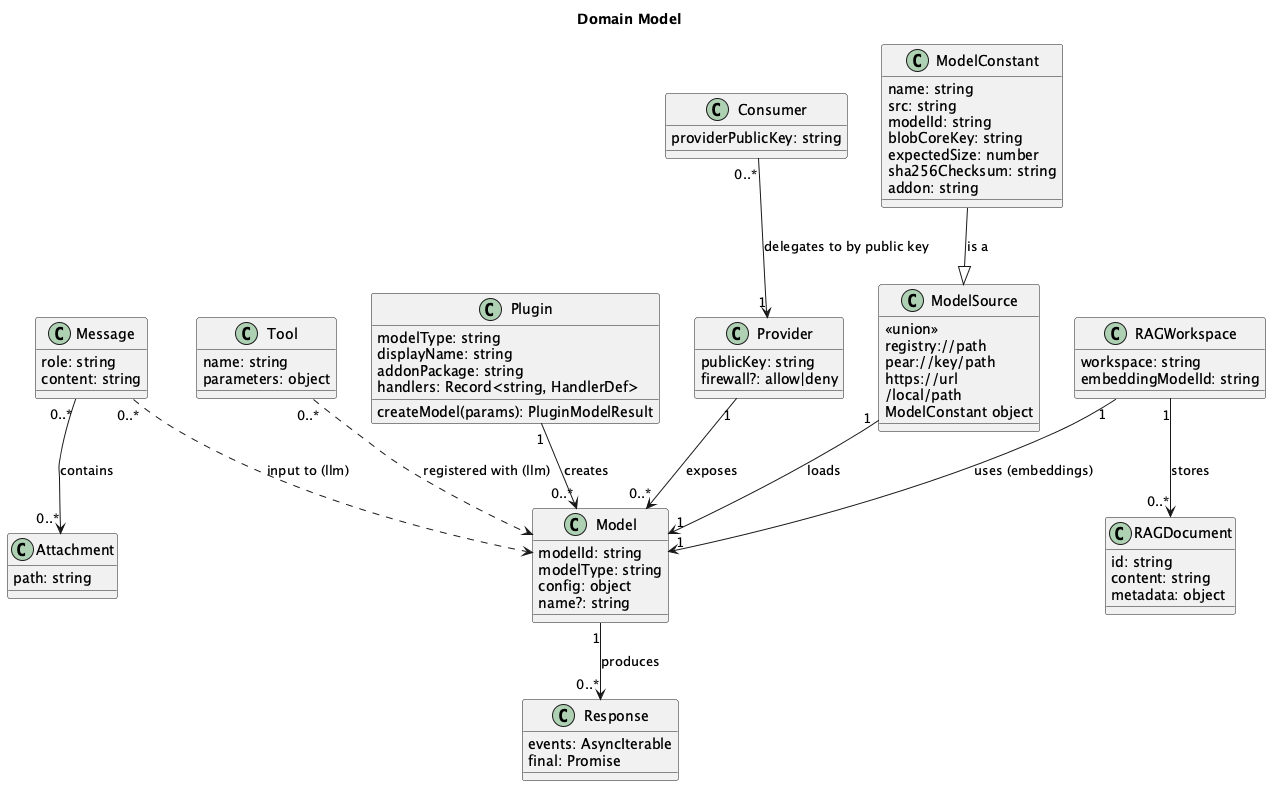
The PlantUML diagram docs/architecture/puml/images/06-domain-model.png in tetherto/qvac, before a commit.
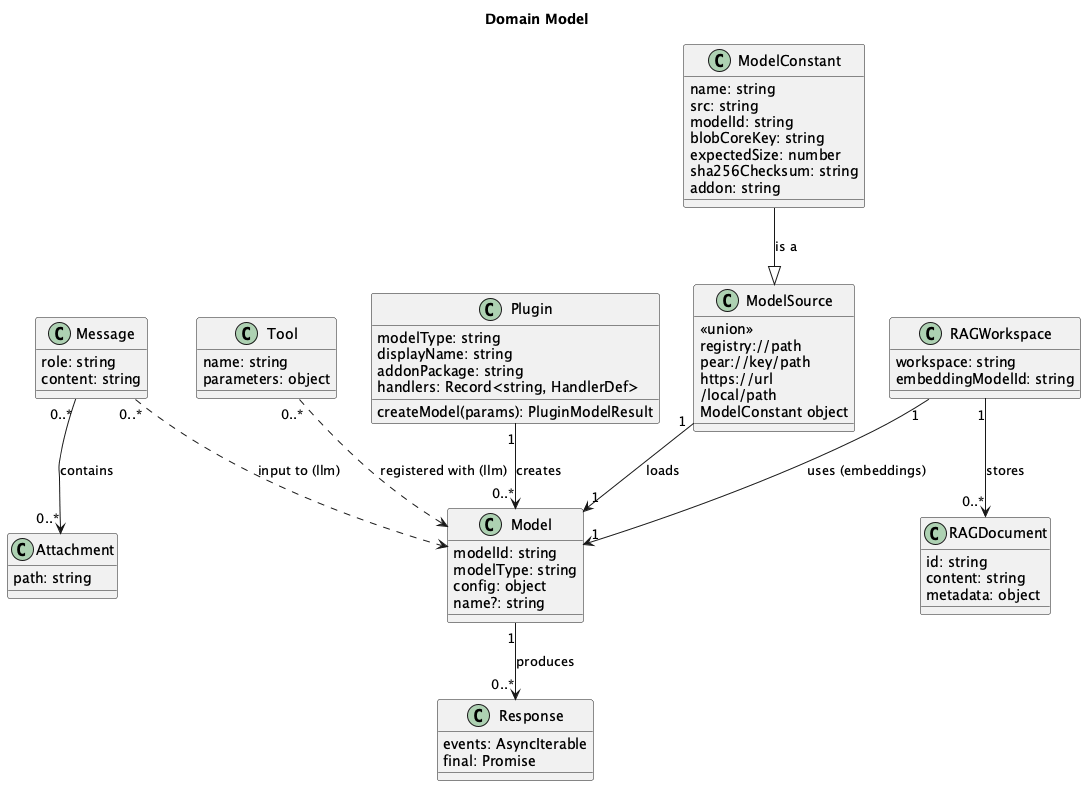
Above is the later version.

Diff of the diagram source:
```diff
@@ -67,15 +67,6 @@
     metadata: object
 }
 
-class Provider {
-    publicKey: string
-    firewall?: allow|deny
-}
-
-class Consumer {
-    providerPublicKey: string
-}
-
 Plugin "1" --> "0..*" Model : creates
 ModelSource "1" --> "1" Model : loads
 ModelConstant --|> ModelSource : is a
@@ -88,7 +79,4 @@
 RAGWorkspace "1" --> "1" Model : uses (embeddings)
 RAGWorkspace "1" --> "0..*" RAGDocument : stores
 
-Provider "1" --> "0..*" Model : exposes
-Consumer "0..*" --> "1" Provider : delegates to by public key
-
 @enduml
```
